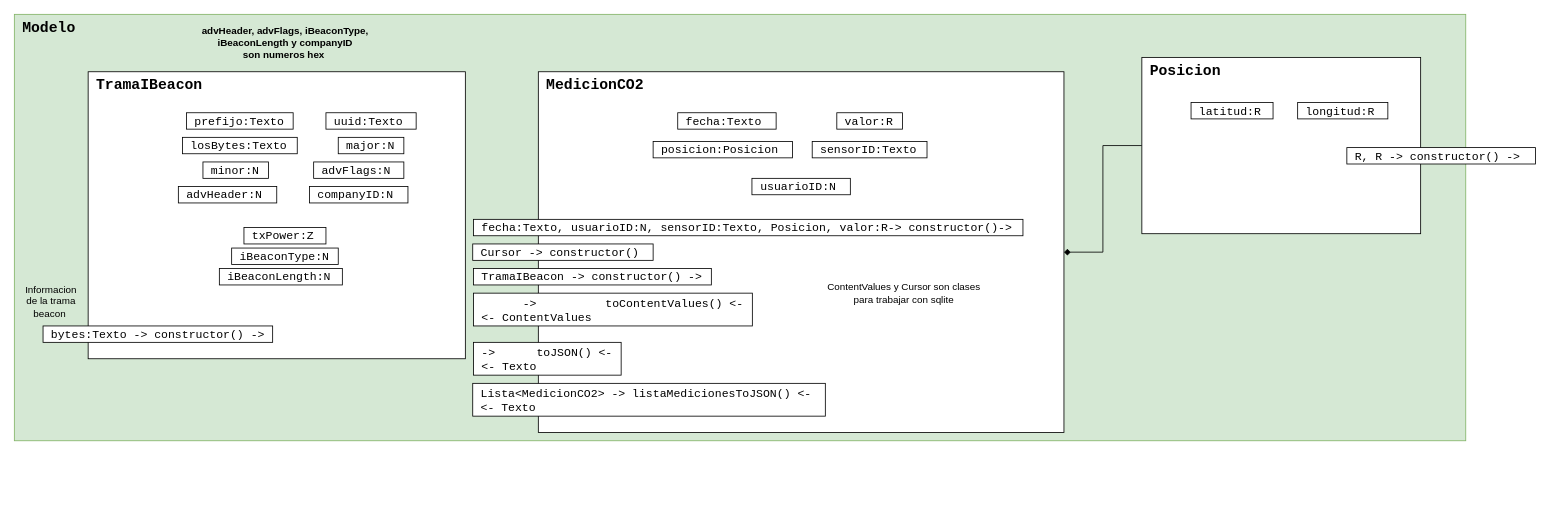
Above: page "DiagrmaClasesModelo" (2 of 3) of doc/DiseñoClaseAndroid.drawio in GTI-3A-Pure-Life/Pure-Life-Android (draw.io), before the change. Source tidied: cells renumbered, new cells numbered last; positions are measured from the earlier drawing's top-left corner, leaving out a move shared by most shapes. Both pictures are drawn from the tidied source at 82%, with x=0, y=0 at pixel (14, 14).
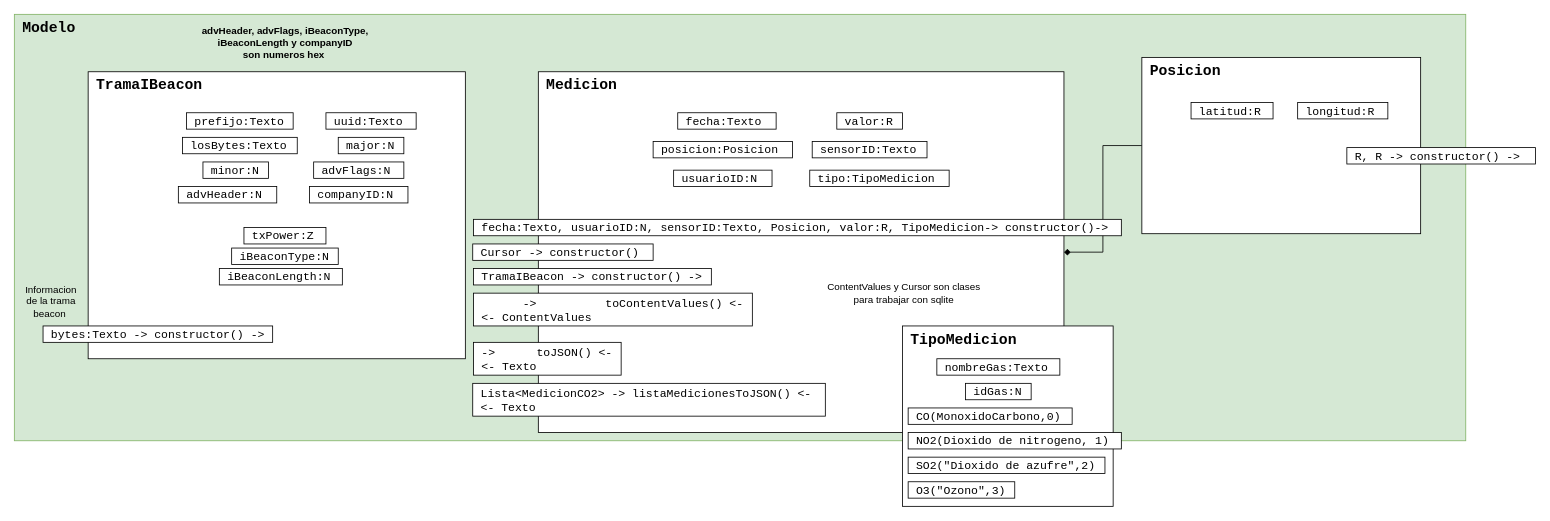
After the change.

Commit message (it also covers changes not shown here):
Diseño Medicion - 26/10/2021

Cambiar MedicionCO2 a Medicion y añadir TipoMedicion

Change to the diagram source:
```diff
@@
-    <mxCell id="18" value="&lt;font face=&quot;Courier New&quot; size=&quot;1&quot;&gt;&lt;b style=&quot;font-size: 18px&quot;&gt;MedicionCO2&lt;/b&gt;&lt;/font&gt;" style="rounded=0;whiteSpace=wrap;html=1;align=left;verticalAlign=top;spacingLeft=8;" parent="1" vertex="1">
+    <mxCell id="18" value="&lt;font face=&quot;Courier New&quot; size=&quot;1&quot;&gt;&lt;b style=&quot;font-size: 18px&quot;&gt;Medicion&lt;/b&gt;&lt;/font&gt;" style="rounded=0;whiteSpace=wrap;html=1;align=left;verticalAlign=top;spacingLeft=8;" parent="1" vertex="1">
       <mxGeometry x="639" y="70" width="641" height="440" as="geometry" />
     </mxCell>
@@
-    <mxCell id="23" value="&lt;span style=&quot;font-size: 14px&quot;&gt;fecha:Texto, usuarioID:N, sensorID:Texto, Posicion, valor:R&lt;/span&gt;&lt;span style=&quot;font-size: 14px&quot;&gt;-&amp;gt; constructor()-&amp;gt;&lt;br&gt;&lt;/span&gt;" style="rounded=0;whiteSpace=wrap;html=1;align=left;fontFamily=Courier New;spacingTop=2;spacingLeft=8;" parent="1" vertex="1">
-      <mxGeometry x="560" y="250" width="670" height="20" as="geometry" />
+    <mxCell id="23" value="&lt;span style=&quot;font-size: 14px&quot;&gt;fecha:Texto, usuarioID:N, sensorID:Texto, Posicion, valor:R, TipoMedicion&lt;/span&gt;&lt;span style=&quot;font-size: 14px&quot;&gt;-&amp;gt; constructor()-&amp;gt;&lt;br&gt;&lt;/span&gt;" style="rounded=0;whiteSpace=wrap;html=1;align=left;fontFamily=Courier New;spacingTop=2;spacingLeft=8;" parent="1" vertex="1">
+      <mxGeometry x="560" y="250" width="790" height="20" as="geometry" />
     </mxCell>
@@
     <mxCell id="28" value="&lt;span style=&quot;font-size: 14px&quot;&gt;usuarioID:N&lt;br&gt;&lt;/span&gt;" style="rounded=0;whiteSpace=wrap;html=1;align=left;fontFamily=Courier New;spacingTop=2;spacingLeft=8;" parent="1" vertex="1">
-      <mxGeometry x="899.5" y="200" width="120" height="20" as="geometry" />
+      <mxGeometry x="804" y="190" width="120" height="20" as="geometry" />
     </mxCell>
@@
+    <mxCell id="36" value="&lt;span style=&quot;font-size: 14px&quot;&gt;tipo:TipoMedicion&lt;br&gt;&lt;/span&gt;" style="rounded=0;whiteSpace=wrap;html=1;align=left;fontFamily=Courier New;spacingTop=2;spacingLeft=8;" parent="1" vertex="1">
+      <mxGeometry x="970" y="190" width="170" height="20" as="geometry" />
+    </mxCell>
+    <mxCell id="37" value="&lt;font face=&quot;Courier New&quot; size=&quot;1&quot;&gt;&lt;b style=&quot;font-size: 18px&quot;&gt;TipoMedicion&lt;br&gt;&lt;/b&gt;&lt;/font&gt;" style="rounded=0;whiteSpace=wrap;html=1;align=left;verticalAlign=top;spacingLeft=8;" parent="1" vertex="1">
+      <mxGeometry x="1083" y="380" width="257" height="220" as="geometry" />
+    </mxCell>
+    <mxCell id="38" value="&lt;span style=&quot;font-size: 14px&quot;&gt;nombreGas:Texto&lt;br&gt;&lt;/span&gt;" style="rounded=0;whiteSpace=wrap;html=1;align=left;fontFamily=Courier New;spacingTop=2;spacingLeft=8;" parent="1" vertex="1">
+      <mxGeometry x="1125" y="420" width="150" height="20" as="geometry" />
+    </mxCell>
+    <mxCell id="39" value="&lt;span style=&quot;font-size: 14px&quot;&gt;idGas:N&lt;br&gt;&lt;/span&gt;" style="rounded=0;whiteSpace=wrap;html=1;align=left;fontFamily=Courier New;spacingTop=2;spacingLeft=8;" parent="1" vertex="1">
+      <mxGeometry x="1160" y="450" width="80" height="20" as="geometry" />
+    </mxCell>
+    <mxCell id="40" value="&lt;span style=&quot;font-size: 14px&quot;&gt;CO(MonoxidoCarbono,0)&lt;br&gt;&lt;/span&gt;" style="rounded=0;whiteSpace=wrap;html=1;align=left;fontFamily=Courier New;spacingTop=2;spacingLeft=8;" parent="1" vertex="1">
+      <mxGeometry x="1090" y="480" width="200" height="20" as="geometry" />
+    </mxCell>
+    <mxCell id="41" value="&lt;span style=&quot;font-size: 14px&quot;&gt;NO2(Dioxido de nitrogeno, 1)&lt;br&gt;&lt;/span&gt;" style="rounded=0;whiteSpace=wrap;html=1;align=left;fontFamily=Courier New;spacingTop=2;spacingLeft=8;" parent="1" vertex="1">
+      <mxGeometry x="1090" y="510" width="260" height="20" as="geometry" />
+    </mxCell>
+    <mxCell id="42" value="&lt;span style=&quot;font-size: 14px&quot;&gt;SO2(&quot;Dioxido de azufre&quot;,2)&lt;/span&gt;" style="rounded=0;whiteSpace=wrap;html=1;align=left;fontFamily=Courier New;spacingTop=2;spacingLeft=8;" parent="1" vertex="1">
+      <mxGeometry x="1090" y="540" width="240" height="20" as="geometry" />
+    </mxCell>
+    <mxCell id="43" value="&lt;span style=&quot;font-size: 14px&quot;&gt;O3(&quot;Ozono&quot;,3)&lt;/span&gt;" style="rounded=0;whiteSpace=wrap;html=1;align=left;fontFamily=Courier New;spacingTop=2;spacingLeft=8;" parent="1" vertex="1">
+      <mxGeometry x="1090" y="570" width="130" height="20" as="geometry" />
+    </mxCell>
```
